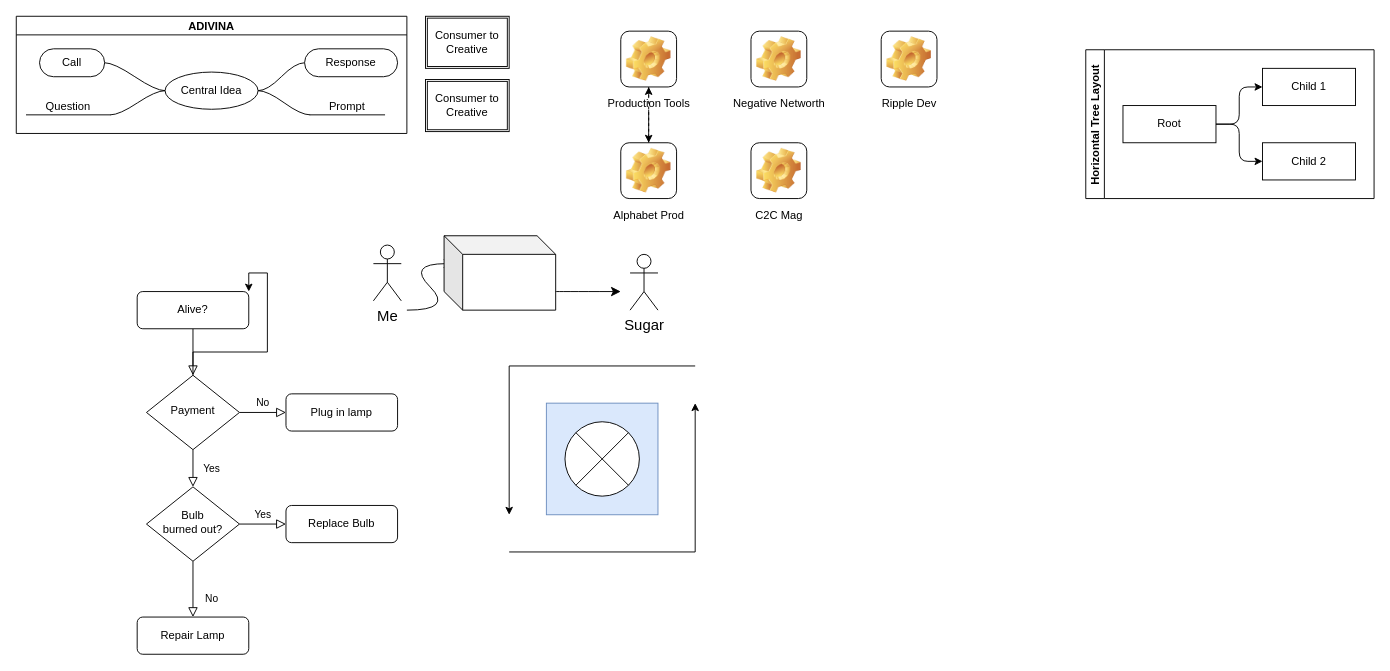
Antonio-Parada/anton.io keeps this draw.io diagram as Untitled Diagram.drawio. Above is the earlier version. Source tidied: cells renumbered, new cells numbered last; positions are measured from the earlier drawing's top-left corner, leaving out a move shared by most shapes. Both pictures are drawn from the tidied source at 93%, with x=0, y=0 at pixel (16, 16).
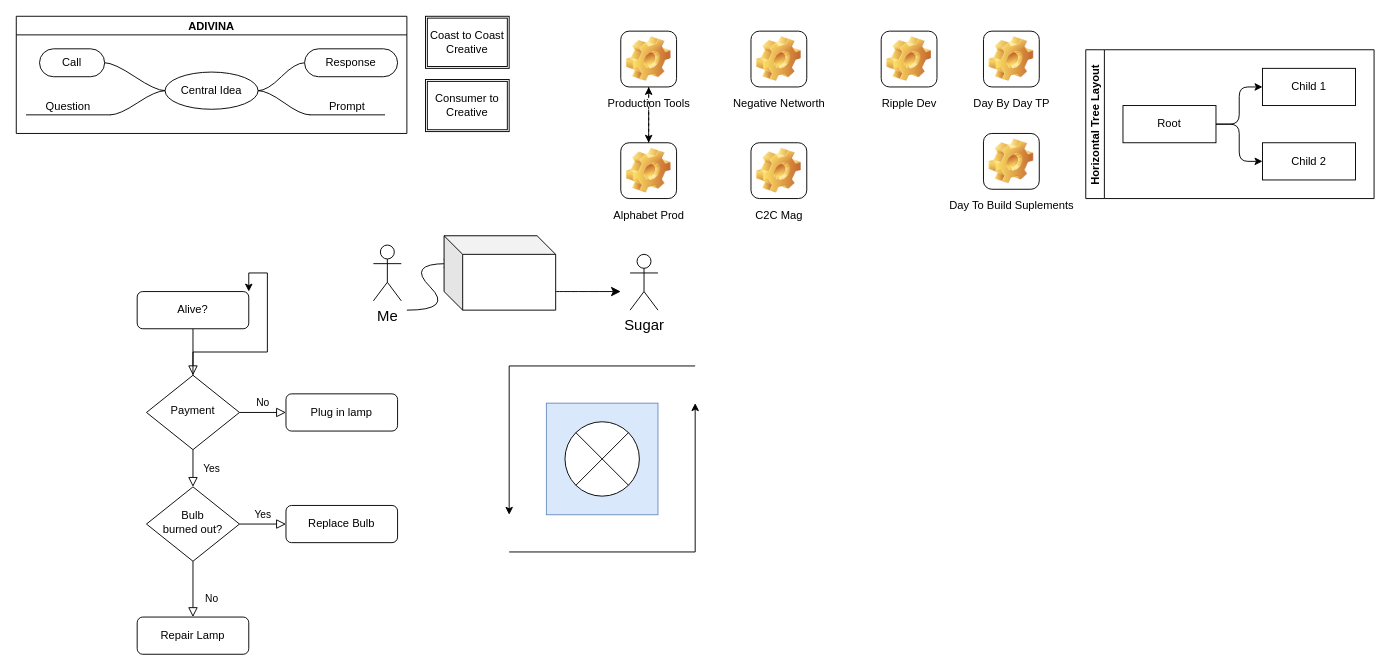
The same page after the edit.

Change to the diagram source:
```diff
@@
-    <mxCell id="31" value="Consumer to Creative" style="shape=ext;double=1;rounded=0;whiteSpace=wrap;html=1;" parent="1" vertex="1">
+    <mxCell id="31" value="Coast to Coast Creative" style="shape=ext;double=1;rounded=0;whiteSpace=wrap;html=1;" parent="1" vertex="1">
       <mxGeometry x="440" width="90" height="56" as="geometry" />
     </mxCell>
@@
+    <mxCell id="50" value="Day By Day TP" style="icon;html=1;image=img/clipart/Gear_128x128.png;" parent="1" vertex="1">
+      <mxGeometry x="1040" y="16" width="60" height="60" as="geometry" />
+    </mxCell>
+    <mxCell id="51" value="Day To Build Suplements" style="icon;html=1;image=img/clipart/Gear_128x128.png;" parent="1" vertex="1">
+      <mxGeometry x="1040" y="126" width="60" height="60" as="geometry" />
+    </mxCell>
```
